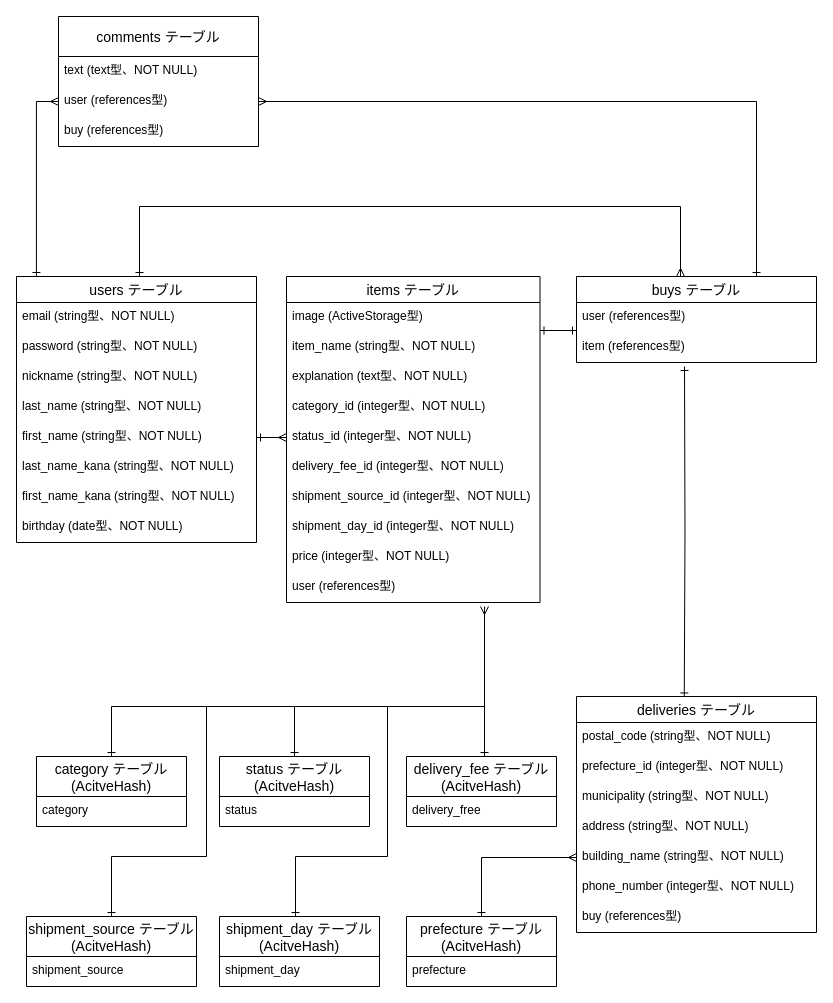
harmonize202/furima-18541 keeps this draw.io diagram as ER_furima-18541.dio. Above is the earlier version. Source tidied: cells renumbered, new cells numbered last; positions are measured from the earlier drawing's top-left corner, leaving out a move shared by most shapes. Both pictures are drawn from the tidied source at 100%, with x=0, y=0 at pixel (16, 16).
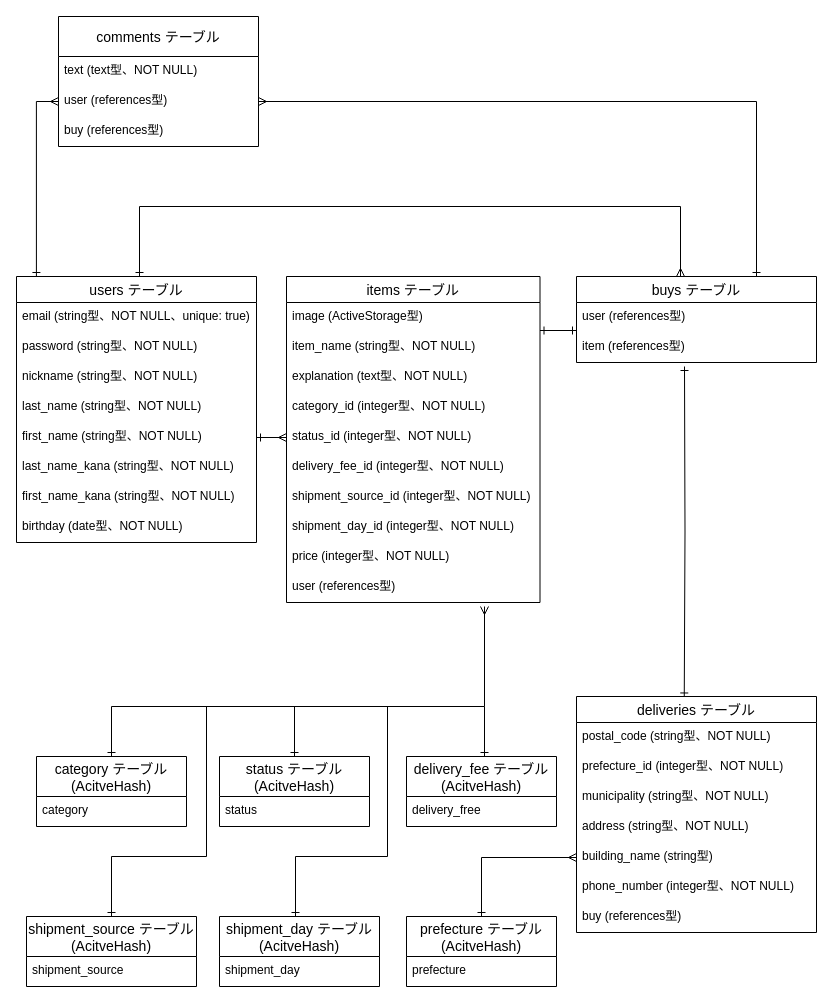
Above is the later version.

Commit message (it also covers changes not shown here):
ER図・テーブル設計図描画(レビュー対応2)

The change refers to these unchanged cells:
```xml
<mxCell id="3" value="users テーブル" style="swimlane;fontStyle=0;horizontal=1;startSize=26;align=center;fontSize=14;" parent="1" vertex="1">
  <mxGeometry y="260" width="240" height="266" as="geometry" />
</mxCell>
<mxCell id="27" value="deliveries テーブル" style="swimlane;fontStyle=0;horizontal=1;startSize=26;align=center;fontSize=14;" parent="1" vertex="1">
  <mxGeometry x="560" y="680" width="240" height="236" as="geometry" />
</mxCell>
```

Change to the diagram source:
```diff
@@
-    <mxCell id="4" value="email (string型、NOT NULL)" style="text;strokeColor=none;fillColor=none;spacingLeft=4;spacingRight=4;overflow=hidden;fontSize=12;" parent="3" vertex="1">
+    <mxCell id="4" value="email (string型、NOT NULL、unique: true)" style="text;strokeColor=none;fillColor=none;spacingLeft=4;spacingRight=4;overflow=hidden;fontSize=12;" parent="3" vertex="1">
       <mxGeometry y="26" width="240" height="30" as="geometry" />
     </mxCell>
@@
-    <mxCell id="32" value="building_name (string型、NOT NULL)" style="text;strokeColor=none;fillColor=none;spacingLeft=4;spacingRight=4;overflow=hidden;points=[[0,0.5],[1,0.5]];portConstraint=eastwest;fontSize=12;" parent="27" vertex="1">
+    <mxCell id="32" value="building_name (string型)" style="text;strokeColor=none;fillColor=none;spacingLeft=4;spacingRight=4;overflow=hidden;points=[[0,0.5],[1,0.5]];portConstraint=eastwest;fontSize=12;" parent="27" vertex="1">
       <mxGeometry y="146" width="240" height="30" as="geometry" />
     </mxCell>
```
